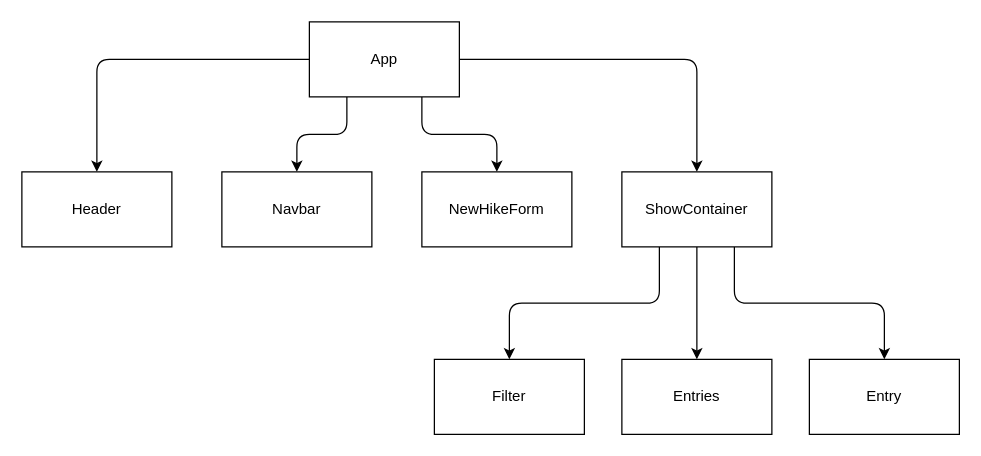
This is Hierarchy.drawio from Stelluuh/Phase-2-Project-VentureLog, a draw.io file, before an edit. Source tidied: cells renumbered, new cells numbered last; positions are measured from the earlier drawing's top-left corner, leaving out a move shared by most shapes. Both pictures are drawn from the tidied source at 125%, with x=0, y=0 at pixel (21, 21).
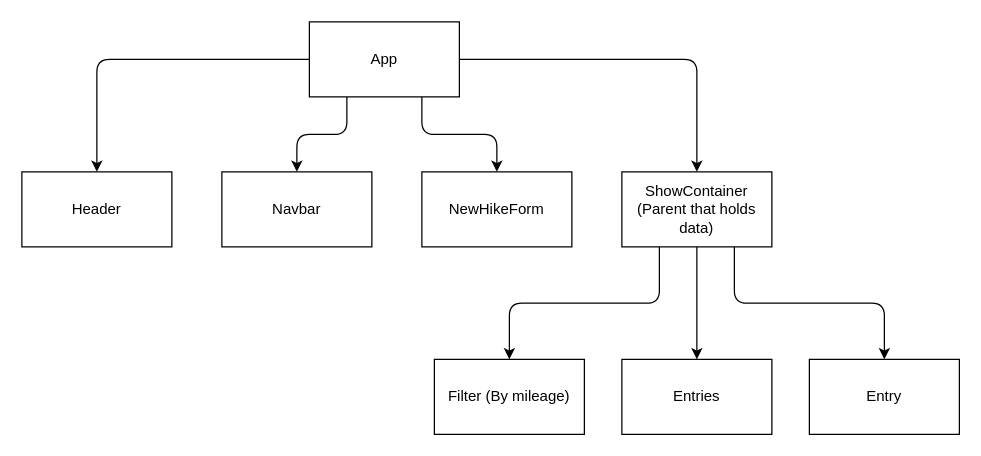
The same diagram, later.

The edit, as a diff of the source:
```diff
@@
 <mxGraphModel>
   <root>
     <mxCell id="0" />
     <mxCell id="1" parent="0" />
     <mxCell id="2" style="edgeStyle=orthogonalEdgeStyle;html=1;exitX=0.25;exitY=1;exitDx=0;exitDy=0;" parent="1" edge="1" source="6" target="8">
       <mxGeometry relative="1" as="geometry" />
     </mxCell>
     <mxCell id="3" style="edgeStyle=orthogonalEdgeStyle;html=1;exitX=0.75;exitY=1;exitDx=0;exitDy=0;entryX=0.5;entryY=0;entryDx=0;entryDy=0;" parent="1" edge="1" source="6" target="9">
       <mxGeometry relative="1" as="geometry" />
     </mxCell>
     <mxCell id="4" style="edgeStyle=orthogonalEdgeStyle;html=1;entryX=0.5;entryY=0;entryDx=0;entryDy=0;" parent="1" edge="1" source="6" target="13">
       <mxGeometry relative="1" as="geometry" />
     </mxCell>
     <mxCell id="5" style="edgeStyle=orthogonalEdgeStyle;html=1;exitX=0;exitY=0.5;exitDx=0;exitDy=0;entryX=0.5;entryY=0;entryDx=0;entryDy=0;" parent="1" edge="1" source="6" target="7">
       <mxGeometry relative="1" as="geometry" />
     </mxCell>
     <mxCell id="6" value="App" style="whiteSpace=wrap;html=1;" parent="1" vertex="1">
       <mxGeometry x="230" width="120" height="60" as="geometry" />
     </mxCell>
     <mxCell id="7" value="Header" style="whiteSpace=wrap;html=1;" parent="1" vertex="1">
       <mxGeometry y="120" width="120" height="60" as="geometry" />
     </mxCell>
     <mxCell id="8" value="Navbar" style="whiteSpace=wrap;html=1;" parent="1" vertex="1">
       <mxGeometry x="160" y="120" width="120" height="60" as="geometry" />
     </mxCell>
     <mxCell id="9" value="NewHikeForm" style="whiteSpace=wrap;html=1;" parent="1" vertex="1">
       <mxGeometry x="320" y="120" width="120" height="60" as="geometry" />
     </mxCell>
     <mxCell id="10" style="edgeStyle=orthogonalEdgeStyle;html=1;exitX=0.25;exitY=1;exitDx=0;exitDy=0;" parent="1" edge="1" source="13" target="14">
       <mxGeometry relative="1" as="geometry" />
     </mxCell>
     <mxCell id="11" style="edgeStyle=orthogonalEdgeStyle;html=1;exitX=0.75;exitY=1;exitDx=0;exitDy=0;entryX=0.5;entryY=0;entryDx=0;entryDy=0;" parent="1" edge="1" source="13" target="16">
       <mxGeometry relative="1" as="geometry" />
     </mxCell>
     <mxCell id="12" style="edgeStyle=orthogonalEdgeStyle;html=1;" parent="1" edge="1" source="13" target="15">
       <mxGeometry relative="1" as="geometry" />
     </mxCell>
-    <mxCell id="13" value="ShowContainer" style="whiteSpace=wrap;html=1;" parent="1" vertex="1">
+    <mxCell id="13" value="ShowContainer (Parent that holds data)" style="whiteSpace=wrap;html=1;" parent="1" vertex="1">
       <mxGeometry x="480" y="120" width="120" height="60" as="geometry" />
     </mxCell>
-    <mxCell id="14" value="Filter" style="whiteSpace=wrap;html=1;" parent="1" vertex="1">
+    <mxCell id="14" value="Filter (By mileage)" style="whiteSpace=wrap;html=1;" parent="1" vertex="1">
       <mxGeometry x="330" y="270" width="120" height="60" as="geometry" />
     </mxCell>
     <mxCell id="15" value="Entries" style="whiteSpace=wrap;html=1;" parent="1" vertex="1">
       <mxGeometry x="480" y="270" width="120" height="60" as="geometry" />
     </mxCell>
     <mxCell id="16" value="Entry" style="whiteSpace=wrap;html=1;" parent="1" vertex="1">
       <mxGeometry x="630" y="270" width="120" height="60" as="geometry" />
     </mxCell>
   </root>
 </mxGraphModel>
```
